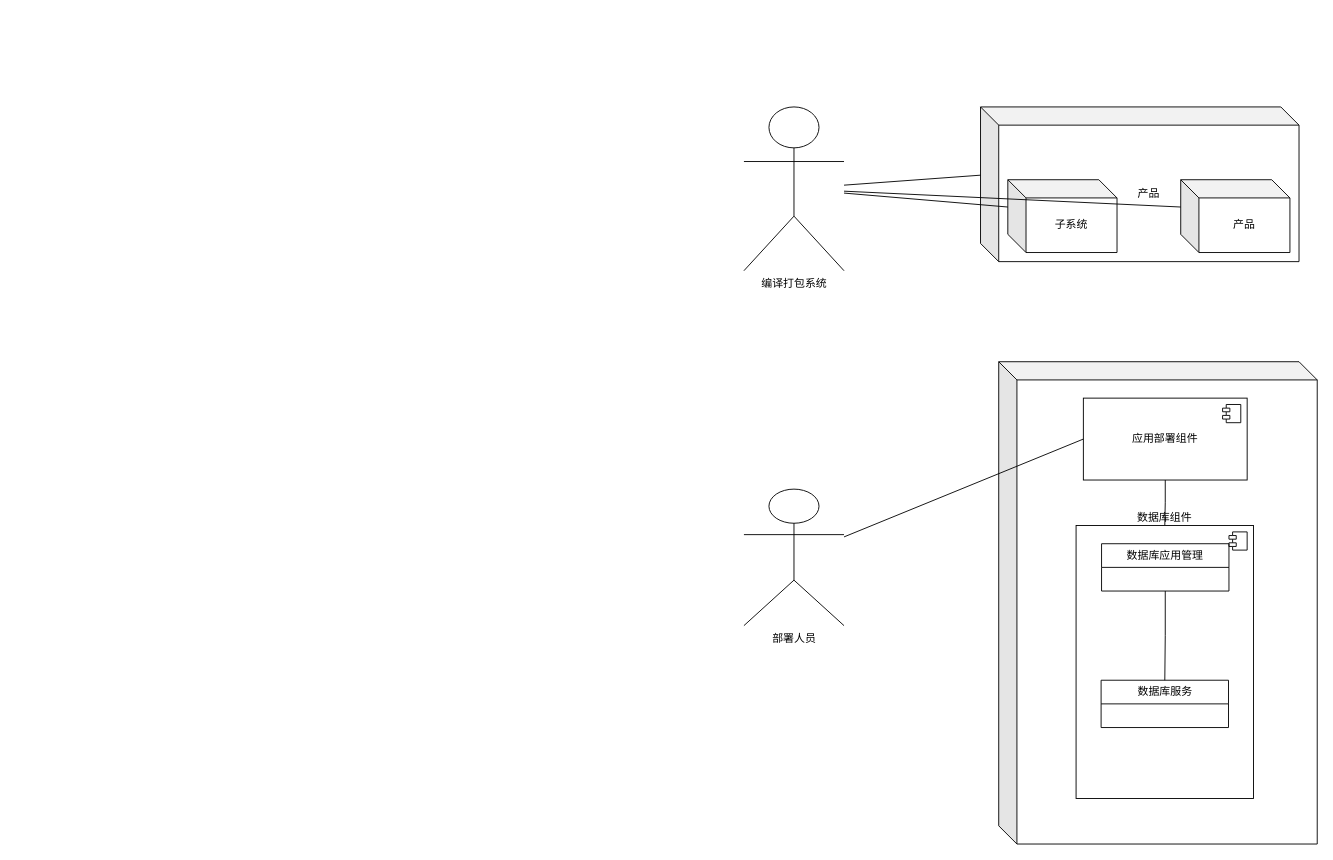
This is 产品部署流程分析.drawio from xin49/docs, a draw.io file, before an edit. Source tidied: cells renumbered, new cells numbered last; positions are measured from the earlier drawing's top-left corner, leaving out a move shared by most shapes. Both pictures are drawn from the tidied source at 91%, with x=0, y=0 at pixel (743, 106).
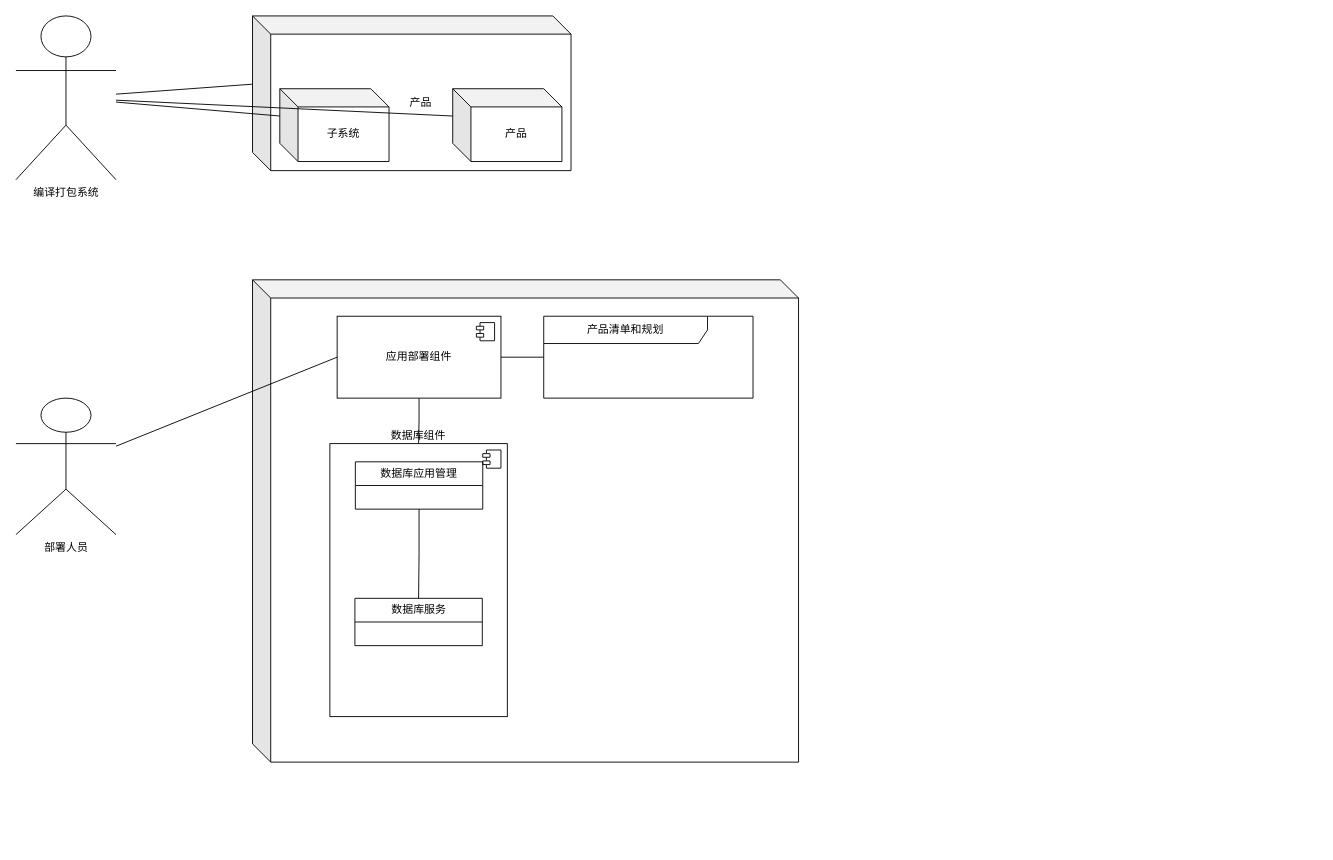
Above is the later version.

Commit message (it also covers changes not shown here):
Update 产品部署流程分析.drawio

What changed in the source:
```diff
@@
     <mxCell id="2" value="编译打包系统" style="shape=umlActor;verticalLabelPosition=bottom;verticalAlign=top;html=1;outlineConnect=0;" parent="1" vertex="1">
-      <mxGeometry width="110" height="180" as="geometry" />
+      <mxGeometry x="-800" y="-100" width="110" height="180" as="geometry" />
     </mxCell>
     <mxCell id="3" value="产品" style="shape=cube;whiteSpace=wrap;html=1;boundedLbl=1;backgroundOutline=1;darkOpacity=0.05;darkOpacity2=0.1;" parent="1" vertex="1">
-      <mxGeometry x="260" width="350" height="170" as="geometry" />
+      <mxGeometry x="-540" y="-100" width="350" height="170" as="geometry" />
     </mxCell>
     <mxCell id="4" value="子系统" style="shape=cube;whiteSpace=wrap;html=1;boundedLbl=1;backgroundOutline=1;darkOpacity=0.05;darkOpacity2=0.1;" parent="1" vertex="1">
-      <mxGeometry x="290" y="80" width="120" height="80" as="geometry" />
+      <mxGeometry x="-510" y="-20" width="120" height="80" as="geometry" />
     </mxCell>
     <mxCell id="5" value="产品" style="shape=cube;whiteSpace=wrap;html=1;boundedLbl=1;backgroundOutline=1;darkOpacity=0.05;darkOpacity2=0.1;" parent="1" vertex="1">
-      <mxGeometry x="480" y="80" width="120" height="80" as="geometry" />
+      <mxGeometry x="-320" y="-20" width="120" height="80" as="geometry" />
     </mxCell>
     <mxCell id="6" value="部署人员" style="shape=umlActor;verticalLabelPosition=bottom;verticalAlign=top;html=1;outlineConnect=0;" parent="1" vertex="1">
-      <mxGeometry y="420" width="110" height="150" as="geometry" />
+      <mxGeometry x="-800" y="320" width="110" height="150" as="geometry" />
     </mxCell>
     <mxCell id="7" style="shape=cube;whiteSpace=wrap;html=1;boundedLbl=1;backgroundOutline=1;darkOpacity=0.05;darkOpacity2=0.1;" parent="1" vertex="1">
-      <mxGeometry x="280" y="280" width="350" height="530" as="geometry" />
+      <mxGeometry x="-540" y="190" width="600" height="530" as="geometry" />
     </mxCell>
@@
+    <mxCell id="20" style="edgeStyle=orthogonalEdgeStyle;rounded=0;jettySize=auto;html=1;endArrow=none;endFill=0;" parent="1" edge="1" source="9" target="21">
+      <mxGeometry relative="1" as="geometry" />
+    </mxCell>
     <mxCell id="9" value="应用部署组件" style="html=1;whiteSpace=wrap;" parent="1" vertex="1">
-      <mxGeometry x="373" y="320" width="180" height="90" as="geometry" />
+      <mxGeometry x="-447" y="230" width="180" height="90" as="geometry" />
     </mxCell>
@@
     <mxCell id="11" value="数据库组件" style="html=1;whiteSpace=wrap;labelPosition=center;verticalLabelPosition=top;align=center;verticalAlign=bottom;" parent="1" vertex="1">
-      <mxGeometry x="365" y="460" width="195" height="300" as="geometry" />
+      <mxGeometry x="-455" y="370" width="195" height="300" as="geometry" />
     </mxCell>
@@
     <mxCell id="14" value="数据库应用管理" style="swimlane;fontStyle=0;horizontal=1;startSize=26;fillColor=none;whiteSpace=wrap;html=1;" parent="1" vertex="1">
-      <mxGeometry x="393" y="480" width="140" height="52" as="geometry" />
+      <mxGeometry x="-427" y="390" width="140" height="52" as="geometry" />
     </mxCell>
     <mxCell id="15" value="数据库服务" style="swimlane;fontStyle=0;horizontal=1;startSize=26;fillColor=none;whiteSpace=wrap;html=1;" parent="1" vertex="1">
-      <mxGeometry x="392.5" y="630" width="140" height="52" as="geometry" />
+      <mxGeometry x="-427.5" y="540" width="140" height="52" as="geometry" />
     </mxCell>
@@
+    <mxCell id="21" value="产品清单和规划" style="shape=umlFrame;whiteSpace=wrap;html=1;width=180;height=30;" parent="1" vertex="1">
+      <mxGeometry x="-220" y="230" width="230" height="90" as="geometry" />
+    </mxCell>
```
